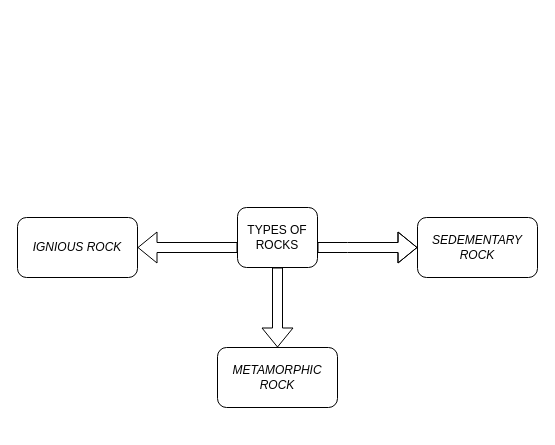
The draw.io diagram Untitled Diagram.drawio in Salamander2077/Salamander2077, before the edit. Source tidied: cells renumbered, new cells numbered last; positions are measured from the earlier drawing's top-left corner, leaving out a move shared by most shapes. Both pictures are drawn from the tidied source at 100%, with x=0, y=0 at pixel (17, 207).
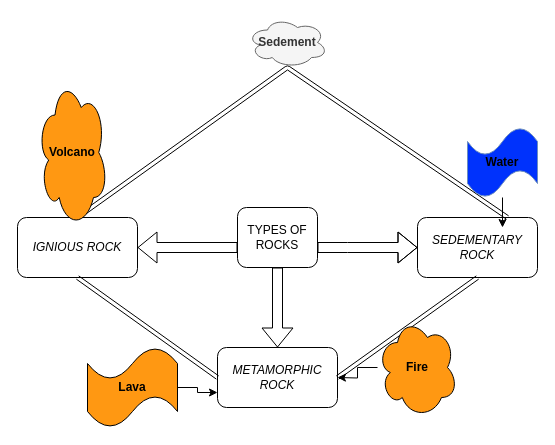
Above is the later version.

Unchanged cells that the change refers to:
```xml
<mxCell id="6" value="&lt;i&gt;IGNIOUS ROCK&lt;/i&gt;" style="rounded=1;whiteSpace=wrap;html=1;" parent="1" vertex="1">
  <mxGeometry y="10" width="120" height="60" as="geometry" />
</mxCell>
<mxCell id="7" value="&lt;i&gt;METAMORPHIC ROCK&lt;/i&gt;" style="rounded=1;whiteSpace=wrap;html=1;" parent="1" vertex="1">
  <mxGeometry x="200" y="140" width="120" height="60" as="geometry" />
</mxCell>
<mxCell id="8" value="&lt;i&gt;SEDEMENTARY ROCK&lt;/i&gt;" style="rounded=1;whiteSpace=wrap;html=1;" parent="1" vertex="1">
  <mxGeometry x="400" y="10" width="120" height="60" as="geometry" />
</mxCell>
```

Change to the diagram source:
```diff
@@
+    <mxCell id="9" style="shape=link;html=1;exitX=0.5;exitY=0;exitDx=0;exitDy=0;entryX=0.75;entryY=0;entryDx=0;entryDy=0;" parent="1" edge="1" source="6" target="8">
+      <mxGeometry relative="1" as="geometry">
+        <Array as="points">
+          <mxPoint x="270" y="-140" />
+        </Array>
+      </mxGeometry>
+    </mxCell>
+    <mxCell id="10" style="shape=link;html=1;entryX=0.5;entryY=1;entryDx=0;entryDy=0;exitX=1;exitY=0.5;exitDx=0;exitDy=0;" parent="1" edge="1" source="7" target="8">
+      <mxGeometry relative="1" as="geometry" />
+    </mxCell>
+    <mxCell id="11" style="shape=link;html=1;entryX=0;entryY=0.5;entryDx=0;entryDy=0;exitX=0.5;exitY=1;exitDx=0;exitDy=0;" parent="1" edge="1" source="6" target="7">
+      <mxGeometry relative="1" as="geometry" />
+    </mxCell>
+    <mxCell id="12" value="Sedement" style="ellipse;shape=cloud;whiteSpace=wrap;html=1;fillColor=#f5f5f5;strokeColor=#666666;fontColor=#333333;fontStyle=1;" parent="1" vertex="1">
+      <mxGeometry x="230" y="-190" width="80" height="50" as="geometry" />
+    </mxCell>
+    <mxCell id="13" style="edgeStyle=orthogonalEdgeStyle;rounded=0;jettySize=auto;html=1;" parent="1" edge="1" source="14">
+      <mxGeometry relative="1" as="geometry">
+        <mxPoint x="485" y="20" as="targetPoint" />
+      </mxGeometry>
+    </mxCell>
+    <mxCell id="14" value="Water" style="shape=tape;whiteSpace=wrap;html=1;strokeColor=#6c8ebf;fillColor=#0032FC;fontStyle=1;" parent="1" vertex="1">
+      <mxGeometry x="450" y="-80" width="70" height="70" as="geometry" />
+    </mxCell>
+    <mxCell id="15" style="edgeStyle=orthogonalEdgeStyle;rounded=0;jettySize=auto;html=1;" parent="1" edge="1" source="16">
+      <mxGeometry relative="1" as="geometry">
+        <mxPoint x="320" y="170" as="targetPoint" />
+      </mxGeometry>
+    </mxCell>
+    <mxCell id="16" value="Fire" style="ellipse;shape=cloud;whiteSpace=wrap;html=1;fillColor=#FF9812;fontStyle=1;" parent="1" vertex="1">
+      <mxGeometry x="360" y="110" width="80" height="100" as="geometry" />
+    </mxCell>
+    <mxCell id="17" style="edgeStyle=orthogonalEdgeStyle;rounded=0;jettySize=auto;html=1;entryX=0;entryY=0.75;entryDx=0;entryDy=0;" parent="1" edge="1" source="18" target="7">
+      <mxGeometry relative="1" as="geometry" />
+    </mxCell>
+    <mxCell id="18" value="Lava" style="shape=tape;whiteSpace=wrap;html=1;fillColor=#FF9812;fontStyle=1;" parent="1" vertex="1">
+      <mxGeometry x="70" y="140" width="90" height="80" as="geometry" />
+    </mxCell>
+    <mxCell id="19" value="Volcano" style="ellipse;shape=cloud;whiteSpace=wrap;html=1;fillColor=#FF9812;fontStyle=1;" parent="1" vertex="1">
+      <mxGeometry x="20" y="-130" width="70" height="150" as="geometry" />
+    </mxCell>
```
